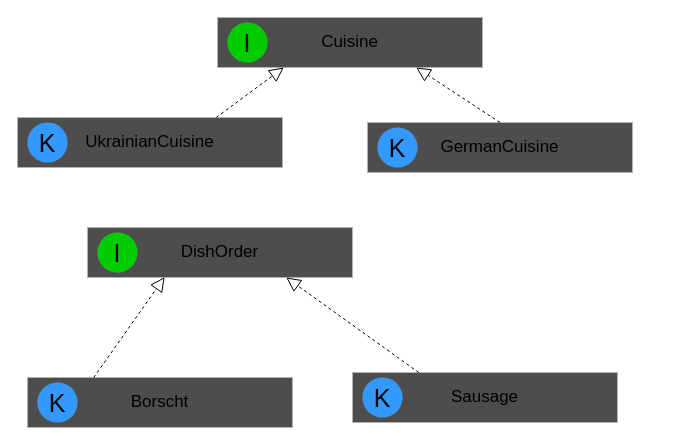
Earlier version of the draw.io diagram src/main/java/com/splab/patterns/structuralPatterns/bridge/bridge.drawio (Sava175/SpLab). Source tidied: cells renumbered, new cells numbered last; positions are measured from the earlier drawing's top-left corner, leaving out a move shared by most shapes. Both pictures are drawn from the tidied source at 100%, with x=0, y=0 at pixel (17, 17).
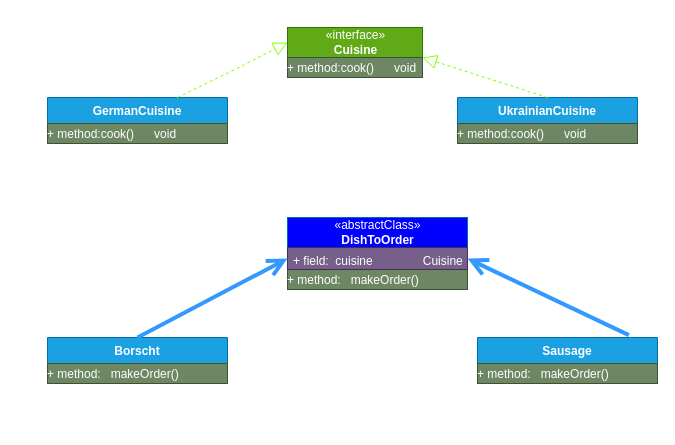
Above is the later version.

Diff of the diagram source:
```diff
@@
-    <mxCell id="2" value="&lt;font style=&quot;font-size: 17px;&quot;&gt;Cuisine&lt;/font&gt;" style="rounded=0;whiteSpace=wrap;html=1;fillColor=#4D4D4D;align=center;strokeColor=#B3B3B3;" parent="1" vertex="1">
-      <mxGeometry x="200" width="265" height="50" as="geometry" />
-    </mxCell>
-    <mxCell id="3" value="I" style="ellipse;whiteSpace=wrap;html=1;strokeColor=#B3B3B3;strokeWidth=0;fontSize=25;fontColor=#000000;fillColor=#00CC00;" parent="1" vertex="1">
-      <mxGeometry x="210" y="5" width="40" height="40" as="geometry" />
-    </mxCell>
+    <mxCell id="17" value="«interface»&lt;br&gt;&lt;b&gt;Cuisine&lt;/b&gt;" style="html=1;fillColor=#60a917;fontColor=#ffffff;strokeColor=#2D7600;" parent="1" vertex="1">
+      <mxGeometry x="270" y="10" width="135" height="30" as="geometry" />
+    </mxCell>
+    <mxCell id="18" value="&lt;p style=&quot;margin: 4px 0px 0px;&quot;&gt;+ method:cook()&amp;nbsp; &amp;nbsp; &amp;nbsp; void&lt;br&gt;&lt;br&gt;&lt;/p&gt;" style="verticalAlign=top;align=left;overflow=fill;fontSize=12;fontFamily=Helvetica;html=1;fillColor=#6d8764;fontColor=#ffffff;strokeColor=#3A5431;" parent="1" vertex="1">
+      <mxGeometry x="270" y="40" width="135" height="20" as="geometry" />
+    </mxCell>
+    <mxCell id="6" value="GermanCuisine" style="swimlane;fontStyle=1;align=center;verticalAlign=top;horizontal=1;startSize=26;fillColor=#1ba1e2;fontColor=#ffffff;strokeColor=#006EAF;" parent="1" vertex="1">
+      <mxGeometry x="30" y="80" width="180" height="46" as="geometry" />
+    </mxCell>
+    <mxCell id="19" value="&lt;p style=&quot;margin: 4px 0px 0px;&quot;&gt;+ method:cook()&amp;nbsp; &amp;nbsp; &amp;nbsp; void&lt;br&gt;&lt;br&gt;&lt;/p&gt;" style="verticalAlign=top;align=left;overflow=fill;fontSize=12;fontFamily=Helvetica;html=1;fillColor=#6d8764;fontColor=#ffffff;strokeColor=#3A5431;" parent="6" vertex="1">
+      <mxGeometry y="26" width="180" height="20" as="geometry" />
+    </mxCell>
-    <mxCell id="4" value="&lt;font style=&quot;font-size: 17px;&quot;&gt;UkrainianCuisine&lt;/font&gt;" style="rounded=0;whiteSpace=wrap;html=1;fillColor=#4D4D4D;align=center;strokeColor=#B3B3B3;" parent="1" vertex="1">
-      <mxGeometry y="100" width="265" height="50" as="geometry" />
+    <mxCell id="4" value="UkrainianCuisine" style="swimlane;fontStyle=1;align=center;verticalAlign=top;horizontal=1;startSize=26;fillColor=#1ba1e2;fontColor=#ffffff;strokeColor=#006EAF;" parent="1" vertex="1">
+      <mxGeometry x="440" y="80" width="180" height="46" as="geometry" />
     </mxCell>
-    <mxCell id="5" value="K" style="ellipse;whiteSpace=wrap;html=1;strokeColor=#B3B3B3;strokeWidth=0;fontSize=25;fontColor=#000000;fillColor=#3399FF;" parent="1" vertex="1">
-      <mxGeometry x="10" y="105" width="40" height="40" as="geometry" />
-    </mxCell>
-    <mxCell id="6" value="&lt;span style=&quot;font-size: 17px;&quot;&gt;GermanCuisine&lt;/span&gt;" style="rounded=0;whiteSpace=wrap;html=1;fillColor=#4D4D4D;align=center;strokeColor=#B3B3B3;" parent="1" vertex="1">
-      <mxGeometry x="350" y="105" width="265" height="50" as="geometry" />
-    </mxCell>
-    <mxCell id="7" value="K" style="ellipse;whiteSpace=wrap;html=1;strokeColor=#B3B3B3;strokeWidth=0;fontSize=25;fontColor=#000000;fillColor=#3399FF;" parent="1" vertex="1">
-      <mxGeometry x="360" y="110" width="40" height="40" as="geometry" />
-    </mxCell>
-    <mxCell id="8" value="&lt;font style=&quot;font-size: 17px;&quot;&gt;DishOrder&lt;/font&gt;" style="rounded=0;whiteSpace=wrap;html=1;fillColor=#4D4D4D;align=center;strokeColor=#B3B3B3;" parent="1" vertex="1">
-      <mxGeometry x="70" y="210" width="265" height="50" as="geometry" />
-    </mxCell>
-    <mxCell id="9" value="I" style="ellipse;whiteSpace=wrap;html=1;strokeColor=#B3B3B3;strokeWidth=0;fontSize=25;fontColor=#000000;fillColor=#00CC00;" parent="1" vertex="1">
-      <mxGeometry x="80" y="215" width="40" height="40" as="geometry" />
-    </mxCell>
+    <mxCell id="20" value="&lt;p style=&quot;margin: 4px 0px 0px;&quot;&gt;+ method:cook()&amp;nbsp; &amp;nbsp; &amp;nbsp; void&lt;br&gt;&lt;br&gt;&lt;/p&gt;" style="verticalAlign=top;align=left;overflow=fill;fontSize=12;fontFamily=Helvetica;html=1;fillColor=#6d8764;fontColor=#ffffff;strokeColor=#3A5431;" parent="4" vertex="1">
+      <mxGeometry y="26" width="180" height="20" as="geometry" />
+    </mxCell>
+    <mxCell id="21" style="endArrow=block;dashed=1;endFill=0;endSize=12;html=1;rounded=0;fillColor=#60a917;strokeColor=#80FF00;exitX=0.722;exitY=0;exitDx=0;exitDy=0;exitPerimeter=0;" parent="1" edge="1" source="6">
+      <mxGeometry relative="1" as="geometry">
+        <mxPoint x="270" y="25" as="targetPoint" />
+        <Array as="points">
+          <mxPoint x="218.8" y="51.4" />
+        </Array>
+      </mxGeometry>
+    </mxCell>
+    <mxCell id="22" style="endArrow=block;dashed=1;endFill=0;endSize=12;html=1;rounded=0;fillColor=#60a917;strokeColor=#80FF00;exitX=0.5;exitY=0;exitDx=0;exitDy=0;entryX=1;entryY=0;entryDx=0;entryDy=0;" parent="1" edge="1" source="4" target="18">
+      <mxGeometry relative="1" as="geometry" />
+    </mxCell>
+    <mxCell id="23" value="«abstractClass»&lt;br&gt;&lt;b&gt;DishToOrder&lt;/b&gt;" style="html=1;fillColor=#0000FF;fontColor=#ffffff;strokeColor=#006EAF;" parent="1" vertex="1">
+      <mxGeometry x="270" y="200" width="180" height="30" as="geometry" />
+    </mxCell>
+    <mxCell id="24" value="&lt;p style=&quot;margin: 4px 0px 0px;&quot;&gt;+ method:&amp;nbsp; &amp;nbsp;makeOrder()&lt;br&gt;&lt;br&gt;&lt;/p&gt;" style="verticalAlign=top;align=left;overflow=fill;fontSize=12;fontFamily=Helvetica;html=1;fillColor=#6d8764;fontColor=#ffffff;strokeColor=#3A5431;" parent="1" vertex="1">
+      <mxGeometry x="270" y="252" width="180" height="20" as="geometry" />
+    </mxCell>
+    <mxCell id="25" value="+ field:  cuisine               Cuisine" style="text;strokeColor=#432D57;fillColor=#76608a;align=left;verticalAlign=top;spacingLeft=4;spacingRight=4;overflow=hidden;points=[[0,0.5],[1,0.5]];portConstraint=eastwest;fontColor=#ffffff;" parent="1" vertex="1">
+      <mxGeometry x="270" y="230" width="180" height="22" as="geometry" />
+    </mxCell>
-    <mxCell id="10" value="&lt;font style=&quot;font-size: 17px;&quot;&gt;Borscht&lt;/font&gt;" style="rounded=0;whiteSpace=wrap;html=1;fillColor=#4D4D4D;align=center;strokeColor=#B3B3B3;" parent="1" vertex="1">
-      <mxGeometry x="10" y="360" width="265" height="50" as="geometry" />
+    <mxCell id="10" value="Borscht" style="swimlane;fontStyle=1;align=center;verticalAlign=top;horizontal=1;startSize=26;fillColor=#1ba1e2;fontColor=#ffffff;strokeColor=#006EAF;" parent="1" vertex="1">
+      <mxGeometry x="30" y="320" width="180" height="46" as="geometry" />
     </mxCell>
-    <mxCell id="11" value="K" style="ellipse;whiteSpace=wrap;html=1;strokeColor=#B3B3B3;strokeWidth=0;fontSize=25;fontColor=#000000;fillColor=#3399FF;" parent="1" vertex="1">
-      <mxGeometry x="20" y="365" width="40" height="40" as="geometry" />
-    </mxCell>
+    <mxCell id="26" value="&lt;p style=&quot;margin: 4px 0px 0px;&quot;&gt;+ method:&amp;nbsp; &amp;nbsp;makeOrder()&lt;br&gt;&lt;br&gt;&lt;/p&gt;" style="verticalAlign=top;align=left;overflow=fill;fontSize=12;fontFamily=Helvetica;html=1;fillColor=#6d8764;fontColor=#ffffff;strokeColor=#3A5431;" parent="10" vertex="1">
+      <mxGeometry y="26" width="180" height="20" as="geometry" />
+    </mxCell>
-    <mxCell id="12" value="&lt;font style=&quot;font-size: 17px;&quot;&gt;Sausage&lt;/font&gt;" style="rounded=0;whiteSpace=wrap;html=1;fillColor=#4D4D4D;align=center;strokeColor=#B3B3B3;" parent="1" vertex="1">
-      <mxGeometry x="335" y="355" width="265" height="50" as="geometry" />
+    <mxCell id="12" value="Sausage" style="swimlane;fontStyle=1;align=center;verticalAlign=top;horizontal=1;startSize=26;fillColor=#1ba1e2;fontColor=#ffffff;strokeColor=#006EAF;" parent="1" vertex="1">
+      <mxGeometry x="460" y="320" width="180" height="46" as="geometry" />
     </mxCell>
-    <mxCell id="13" value="K" style="ellipse;whiteSpace=wrap;html=1;strokeColor=#B3B3B3;strokeWidth=0;fontSize=25;fontColor=#000000;fillColor=#3399FF;" parent="1" vertex="1">
-      <mxGeometry x="345" y="360" width="40" height="40" as="geometry" />
-    </mxCell>
-    <mxCell id="14" style="endArrow=block;dashed=1;endFill=0;endSize=12;html=1;rounded=0;entryX=0.25;entryY=1;entryDx=0;entryDy=0;exitX=0.75;exitY=0;exitDx=0;exitDy=0;" parent="1" edge="1" source="4" target="2">
-      <mxGeometry relative="1" as="geometry" />
-    </mxCell>
-    <mxCell id="15" style="endArrow=block;dashed=1;endFill=0;endSize=12;html=1;rounded=0;entryX=0.75;entryY=1;entryDx=0;entryDy=0;exitX=0.5;exitY=0;exitDx=0;exitDy=0;" parent="1" edge="1" source="6" target="2">
-      <mxGeometry relative="1" as="geometry" />
-    </mxCell>
-    <mxCell id="16" style="endArrow=block;dashed=1;endFill=0;endSize=12;html=1;rounded=0;entryX=0.291;entryY=0.992;entryDx=0;entryDy=0;entryPerimeter=0;exitX=0.25;exitY=0;exitDx=0;exitDy=0;" parent="1" edge="1" source="10" target="8">
-      <mxGeometry relative="1" as="geometry" />
-    </mxCell>
-    <mxCell id="17" style="endArrow=block;dashed=1;endFill=0;endSize=12;html=1;rounded=0;exitX=0.25;exitY=0;exitDx=0;exitDy=0;entryX=0.75;entryY=1;entryDx=0;entryDy=0;" parent="1" edge="1" source="12" target="8">
-      <mxGeometry relative="1" as="geometry" />
-    </mxCell>
+    <mxCell id="27" value="&lt;p style=&quot;margin: 4px 0px 0px;&quot;&gt;+ method:&amp;nbsp; &amp;nbsp;makeOrder()&lt;br&gt;&lt;br&gt;&lt;/p&gt;" style="verticalAlign=top;align=left;overflow=fill;fontSize=12;fontFamily=Helvetica;html=1;fillColor=#6d8764;fontColor=#ffffff;strokeColor=#3A5431;" parent="12" vertex="1">
+      <mxGeometry y="26" width="180" height="20" as="geometry" />
+    </mxCell>
+    <mxCell id="28" style="endArrow=open;endFill=1;endSize=12;html=1;rounded=0;strokeColor=#3399FF;strokeWidth=4;exitX=0.5;exitY=0;exitDx=0;exitDy=0;entryX=0;entryY=0.5;entryDx=0;entryDy=0;" parent="1" edge="1" source="10" target="25">
+      <mxGeometry relative="1" as="geometry" />
+    </mxCell>
+    <mxCell id="29" style="endArrow=open;endFill=1;endSize=12;html=1;rounded=0;strokeColor=#3399FF;strokeWidth=4;entryX=1;entryY=0.5;entryDx=0;entryDy=0;exitX=0.841;exitY=-0.052;exitDx=0;exitDy=0;exitPerimeter=0;" parent="1" edge="1" source="12" target="25">
+      <mxGeometry relative="1" as="geometry" />
+    </mxCell>
```
